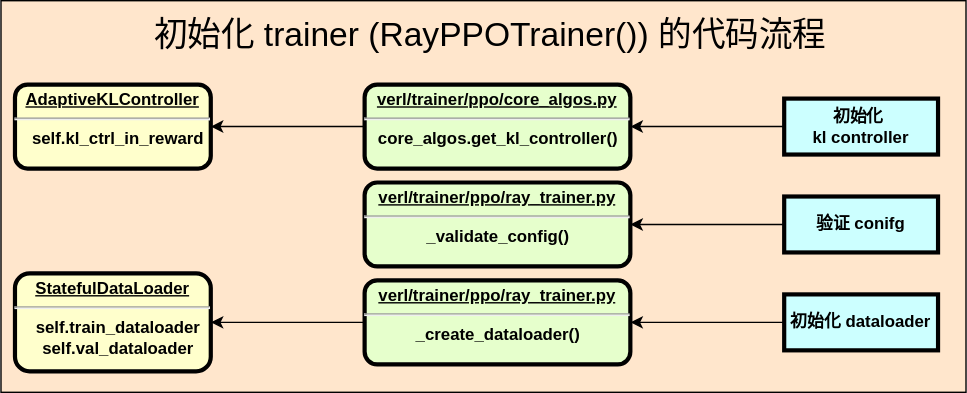
Before: images/verl_RayPPOTrainer.svg, a diagram exported from draw.io (cai-jianfeng/cai-jianfeng.github.io). Source tidied: cells renumbered, new cells last; positions are measured from the earlier drawing's top-left corner, leaving out a move shared by most shapes.
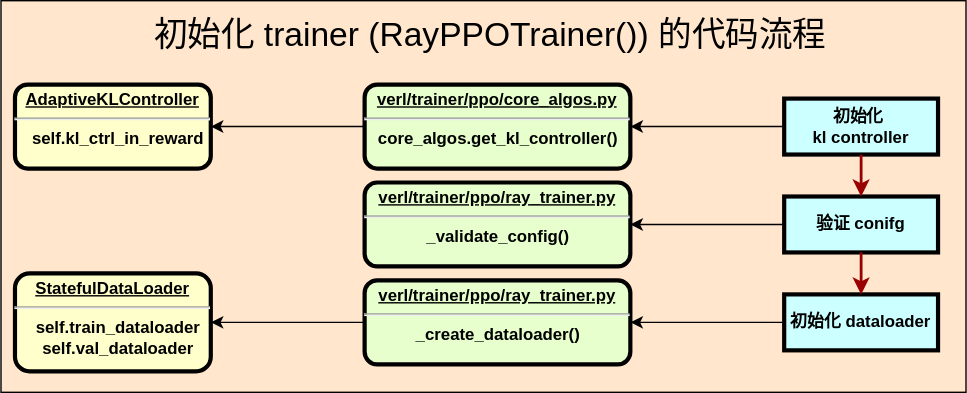
Above is the later version.

Change to the diagram source:
```diff
@@ -47,5 +47,11 @@
     <mxCell id="16" value="&lt;p style=&quot;margin: 4px 0px 0px; text-align: center;&quot;&gt;&lt;u&gt;StatefulDataLoader&lt;/u&gt;&lt;/p&gt;&lt;hr&gt;&lt;p style=&quot;margin: 0px; margin-left: 8px;&quot;&gt;self.train_dataloader&lt;/p&gt;&lt;p style=&quot;margin: 0px; margin-left: 8px;&quot;&gt;self.val_dataloader&lt;/p&gt;" style="verticalAlign=middle;align=center;overflow=fill;fontSize=12;fontFamily=Helvetica;html=1;rounded=1;fontStyle=1;strokeWidth=3;fillColor=#FFFFCC;" parent="1" vertex="1">
       <mxGeometry x="10" y="195" width="140" height="70" as="geometry" />
     </mxCell>
+    <mxCell id="17" style="edgeStyle=none;noEdgeStyle=1;strokeColor=#990000;strokeWidth=2;exitX=0.5;exitY=1;exitDx=0;exitDy=0;" parent="1" edge="1" source="7" target="9">
+      <mxGeometry relative="1" as="geometry" />
+    </mxCell>
+    <mxCell id="18" style="edgeStyle=none;noEdgeStyle=1;strokeColor=#990000;strokeWidth=2;exitX=0.5;exitY=1;exitDx=0;exitDy=0;entryX=0.5;entryY=0;entryDx=0;entryDy=0;" parent="1" edge="1" source="9" target="15">
+      <mxGeometry relative="1" as="geometry" />
+    </mxCell>
   </root>
 </mxGraphModel>
```
